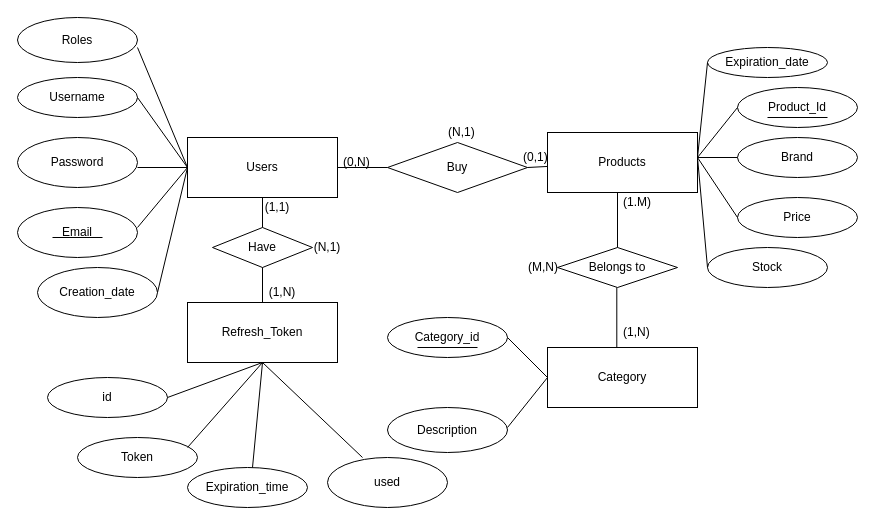
LuisPiquinRey/KNOT-API keeps this draw.io diagram as src/main/java/com/luispiquinrey/apiknot/DrawIO/Base.drawio. Above is the earlier version. Source tidied: cells renumbered, new cells numbered last; positions are measured from the earlier drawing's top-left corner, leaving out a move shared by most shapes. Both pictures are drawn from the tidied source at 100%, with x=0, y=0 at pixel (17, 17).
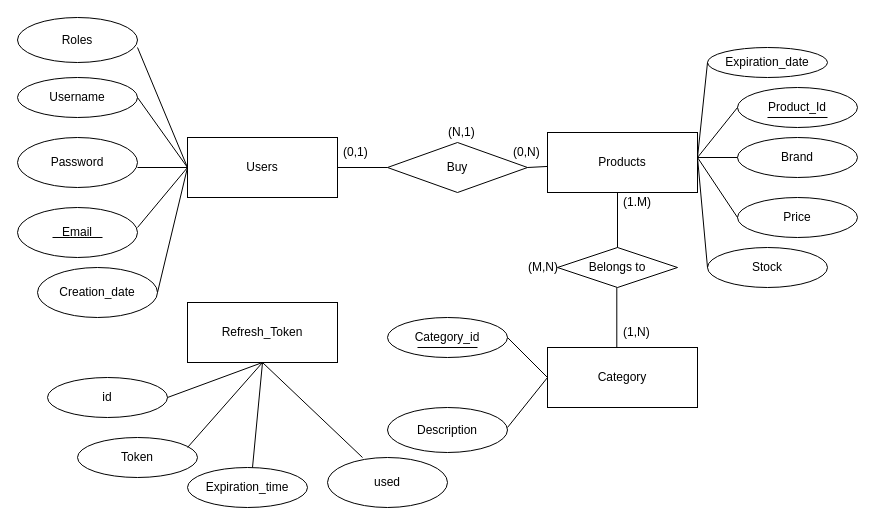
The same page after the edit.

The change refers to these unchanged cells:
```xml
<mxCell id="2" value="Users" style="rounded=0;whiteSpace=wrap;html=1;" parent="1" vertex="1">
  <mxGeometry x="170" y="120" width="150" height="60" as="geometry" />
</mxCell>
<mxCell id="44" value="Refresh_Token" style="rounded=0;whiteSpace=wrap;html=1;" parent="1" vertex="1">
  <mxGeometry x="170" y="285" width="150" height="60" as="geometry" />
</mxCell>
```

The edit, as a diff of the source:
```diff
@@
     <mxCell id="34" value="(0,N)" style="text;strokeColor=none;fillColor=none;align=left;verticalAlign=middle;spacingLeft=4;spacingRight=4;overflow=hidden;whiteSpace=wrap;html=1;" parent="1" vertex="1">
-      <mxGeometry x="320" y="130" width="80" height="30" as="geometry" />
+      <mxGeometry x="490" y="120" width="80" height="30" as="geometry" />
     </mxCell>
     <mxCell id="35" value="(0,1)" style="text;strokeColor=none;fillColor=none;align=left;verticalAlign=middle;spacingLeft=4;spacingRight=4;overflow=hidden;whiteSpace=wrap;html=1;" parent="1" vertex="1">
-      <mxGeometry x="500" y="125" width="80" height="30" as="geometry" />
+      <mxGeometry x="320" y="120" width="80" height="30" as="geometry" />
     </mxCell>
@@
-    <mxCell id="45" value="Have" style="rhombus;whiteSpace=wrap;html=1;" parent="1" vertex="1">
-      <mxGeometry x="195" y="210" width="100" height="40" as="geometry" />
-    </mxCell>
-    <mxCell id="46" style="endArrow=none;html=1;entryX=0.5;entryY=1;entryDx=0;entryDy=0;exitX=0.5;exitY=0;exitDx=0;exitDy=0;" parent="1" edge="1" source="44" target="45">
-      <mxGeometry relative="1" as="geometry" />
-    </mxCell>
-    <mxCell id="47" style="endArrow=none;html=1;exitX=0.5;exitY=0;exitDx=0;exitDy=0;entryX=0.5;entryY=1;entryDx=0;entryDy=0;" parent="1" edge="1" source="45" target="2">
-      <mxGeometry relative="1" as="geometry" />
-    </mxCell>
-    <mxCell id="48" value="(1,1)" style="text;html=1;align=center;verticalAlign=middle;whiteSpace=wrap;rounded=0;" parent="1" vertex="1">
-      <mxGeometry x="230" y="175" width="60" height="30" as="geometry" />
-    </mxCell>
-    <mxCell id="49" value="(1,N)" style="text;html=1;align=center;verticalAlign=middle;whiteSpace=wrap;rounded=0;" parent="1" vertex="1">
-      <mxGeometry x="235" y="260" width="60" height="30" as="geometry" />
-    </mxCell>
-    <mxCell id="50" value="(N,1)" style="text;html=1;align=center;verticalAlign=middle;whiteSpace=wrap;rounded=0;" parent="1" vertex="1">
-      <mxGeometry x="280" y="215" width="60" height="30" as="geometry" />
-    </mxCell>
```
